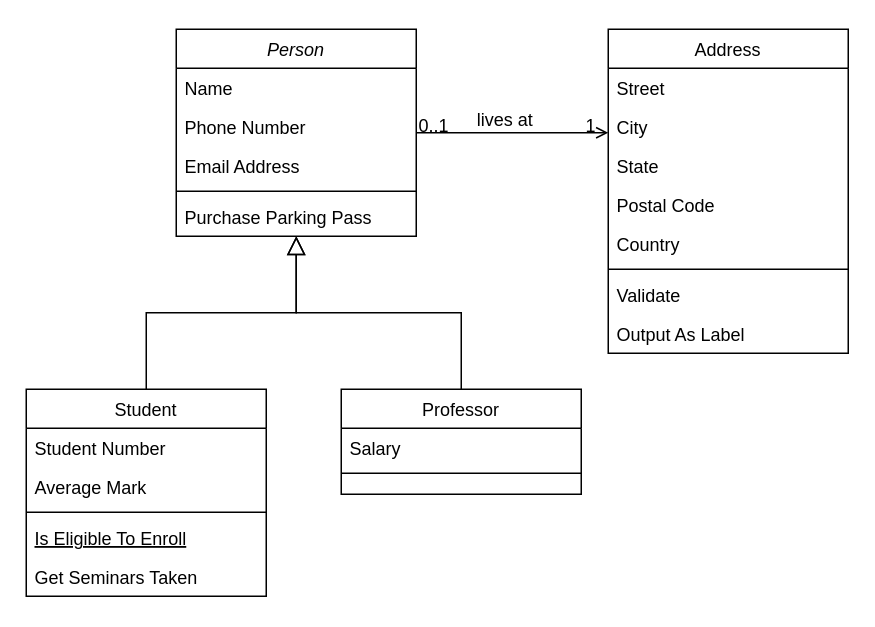
Earlier version of the draw.io diagram Diagrama sem nome.drawio (Mined-Development-Company/Community). Source tidied: cells renumbered, new cells numbered last; positions are measured from the earlier drawing's top-left corner, leaving out a move shared by most shapes. Both pictures are drawn from the tidied source at 150%, with x=0, y=0 at pixel (26, 28).
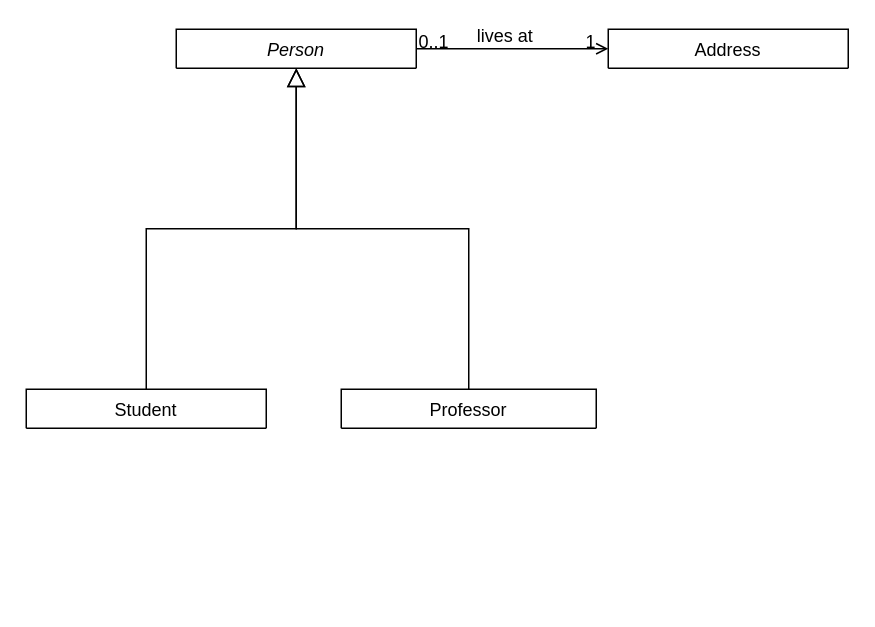
The same page after the edit.

The edit, as a diff of the source:
```diff
@@
-    <mxCell id="2" value="Person" style="swimlane;fontStyle=2;align=center;verticalAlign=top;horizontal=1;startSize=26;rounded=0;shadow=0;strokeWidth=1;" parent="1" vertex="1">
-      <mxGeometry x="100" width="160" height="138" as="geometry" />
+    <mxCell id="2" value="Person" style="swimlane;fontStyle=2;align=center;verticalAlign=top;horizontal=1;startSize=26;rounded=0;shadow=0;strokeWidth=1;" parent="1" vertex="1" collapsed="1">
+      <mxGeometry x="100" width="160" height="26" as="geometry" />
     </mxCell>
-    <mxCell id="3" value="Name" style="text;align=left;verticalAlign=top;spacingLeft=4;spacingRight=4;overflow=hidden;" parent="2" vertex="1">
-      <mxGeometry y="26" width="160" height="26" as="geometry" />
-    </mxCell>
-    <mxCell id="4" value="Phone Number" style="text;align=left;verticalAlign=top;spacingLeft=4;spacingRight=4;overflow=hidden;rounded=0;shadow=0;html=0;" parent="2" vertex="1">
-      <mxGeometry y="52" width="160" height="26" as="geometry" />
-    </mxCell>
-    <mxCell id="5" value="Email Address" style="text;align=left;verticalAlign=top;spacingLeft=4;spacingRight=4;overflow=hidden;rounded=0;shadow=0;html=0;" parent="2" vertex="1">
-      <mxGeometry y="78" width="160" height="26" as="geometry" />
-    </mxCell>
-    <mxCell id="6" style="line;html=1;strokeWidth=1;align=left;verticalAlign=middle;spacingTop=-1;spacingLeft=3;spacingRight=3;labelPosition=right;" parent="2" vertex="1">
-      <mxGeometry y="104" width="160" height="8" as="geometry" />
-    </mxCell>
-    <mxCell id="7" value="Purchase Parking Pass" style="text;align=left;verticalAlign=top;spacingLeft=4;spacingRight=4;overflow=hidden;" parent="2" vertex="1">
-      <mxGeometry y="112" width="160" height="26" as="geometry" />
-    </mxCell>
-    <mxCell id="8" value="Student" style="swimlane;fontStyle=0;align=center;verticalAlign=top;horizontal=1;startSize=26;rounded=0;shadow=0;strokeWidth=1;" parent="1" vertex="1">
-      <mxGeometry y="240" width="160" height="138" as="geometry" />
+    <mxCell id="8" value="Student" style="swimlane;fontStyle=0;align=center;verticalAlign=top;horizontal=1;startSize=26;rounded=0;shadow=0;strokeWidth=1;" parent="1" vertex="1" collapsed="1">
+      <mxGeometry y="240" width="160" height="26" as="geometry" />
     </mxCell>
-    <mxCell id="9" value="Student Number" style="text;align=left;verticalAlign=top;spacingLeft=4;spacingRight=4;overflow=hidden;" parent="8" vertex="1">
-      <mxGeometry y="26" width="160" height="26" as="geometry" />
-    </mxCell>
-    <mxCell id="10" value="Average Mark" style="text;align=left;verticalAlign=top;spacingLeft=4;spacingRight=4;overflow=hidden;rounded=0;shadow=0;html=0;" parent="8" vertex="1">
-      <mxGeometry y="52" width="160" height="26" as="geometry" />
-    </mxCell>
-    <mxCell id="11" style="line;html=1;strokeWidth=1;align=left;verticalAlign=middle;spacingTop=-1;spacingLeft=3;spacingRight=3;labelPosition=right;" parent="8" vertex="1">
-      <mxGeometry y="78" width="160" height="8" as="geometry" />
-    </mxCell>
-    <mxCell id="12" value="Is Eligible To Enroll" style="text;align=left;verticalAlign=top;spacingLeft=4;spacingRight=4;overflow=hidden;fontStyle=4;" parent="8" vertex="1">
-      <mxGeometry y="86" width="160" height="26" as="geometry" />
-    </mxCell>
-    <mxCell id="13" value="Get Seminars Taken" style="text;align=left;verticalAlign=top;spacingLeft=4;spacingRight=4;overflow=hidden;" parent="8" vertex="1">
-      <mxGeometry y="112" width="160" height="26" as="geometry" />
-    </mxCell>
@@
-    <mxCell id="15" value="Professor" style="swimlane;fontStyle=0;align=center;verticalAlign=top;horizontal=1;startSize=26;rounded=0;shadow=0;strokeWidth=1;" parent="1" vertex="1">
-      <mxGeometry x="210" y="240" width="160" height="70" as="geometry" />
+    <mxCell id="15" value="Professor" style="swimlane;fontStyle=0;align=center;verticalAlign=top;horizontal=1;startSize=26;rounded=0;shadow=0;strokeWidth=1;" parent="1" vertex="1" collapsed="1">
+      <mxGeometry x="210" y="240" width="170" height="26" as="geometry" />
     </mxCell>
-    <mxCell id="16" value="Salary" style="text;align=left;verticalAlign=top;spacingLeft=4;spacingRight=4;overflow=hidden;" parent="15" vertex="1">
-      <mxGeometry y="26" width="160" height="26" as="geometry" />
-    </mxCell>
-    <mxCell id="17" style="line;html=1;strokeWidth=1;align=left;verticalAlign=middle;spacingTop=-1;spacingLeft=3;spacingRight=3;labelPosition=right;" parent="15" vertex="1">
-      <mxGeometry y="52" width="160" height="8" as="geometry" />
-    </mxCell>
@@
-    <mxCell id="19" value="Address" style="swimlane;fontStyle=0;align=center;verticalAlign=top;horizontal=1;startSize=26;rounded=0;shadow=0;strokeWidth=1;" parent="1" vertex="1">
-      <mxGeometry x="388" width="160" height="216" as="geometry" />
+    <mxCell id="19" value="Address" style="swimlane;fontStyle=0;align=center;verticalAlign=top;horizontal=1;startSize=26;rounded=0;shadow=0;strokeWidth=1;" parent="1" vertex="1" collapsed="1">
+      <mxGeometry x="388" width="160" height="26" as="geometry" />
     </mxCell>
-    <mxCell id="20" value="Street" style="text;align=left;verticalAlign=top;spacingLeft=4;spacingRight=4;overflow=hidden;" parent="19" vertex="1">
-      <mxGeometry y="26" width="160" height="26" as="geometry" />
-    </mxCell>
-    <mxCell id="21" value="City" style="text;align=left;verticalAlign=top;spacingLeft=4;spacingRight=4;overflow=hidden;rounded=0;shadow=0;html=0;" parent="19" vertex="1">
-      <mxGeometry y="52" width="160" height="26" as="geometry" />
-    </mxCell>
-    <mxCell id="22" value="State" style="text;align=left;verticalAlign=top;spacingLeft=4;spacingRight=4;overflow=hidden;rounded=0;shadow=0;html=0;" parent="19" vertex="1">
-      <mxGeometry y="78" width="160" height="26" as="geometry" />
-    </mxCell>
-    <mxCell id="23" value="Postal Code" style="text;align=left;verticalAlign=top;spacingLeft=4;spacingRight=4;overflow=hidden;rounded=0;shadow=0;html=0;" parent="19" vertex="1">
-      <mxGeometry y="104" width="160" height="26" as="geometry" />
-    </mxCell>
-    <mxCell id="24" value="Country" style="text;align=left;verticalAlign=top;spacingLeft=4;spacingRight=4;overflow=hidden;rounded=0;shadow=0;html=0;" parent="19" vertex="1">
-      <mxGeometry y="130" width="160" height="26" as="geometry" />
-    </mxCell>
-    <mxCell id="25" style="line;html=1;strokeWidth=1;align=left;verticalAlign=middle;spacingTop=-1;spacingLeft=3;spacingRight=3;labelPosition=right;" parent="19" vertex="1">
-      <mxGeometry y="156" width="160" height="8" as="geometry" />
-    </mxCell>
-    <mxCell id="26" value="Validate" style="text;align=left;verticalAlign=top;spacingLeft=4;spacingRight=4;overflow=hidden;" parent="19" vertex="1">
-      <mxGeometry y="164" width="160" height="26" as="geometry" />
-    </mxCell>
-    <mxCell id="27" value="Output As Label" style="text;align=left;verticalAlign=top;spacingLeft=4;spacingRight=4;overflow=hidden;" parent="19" vertex="1">
-      <mxGeometry y="190" width="160" height="26" as="geometry" />
-    </mxCell>
```
